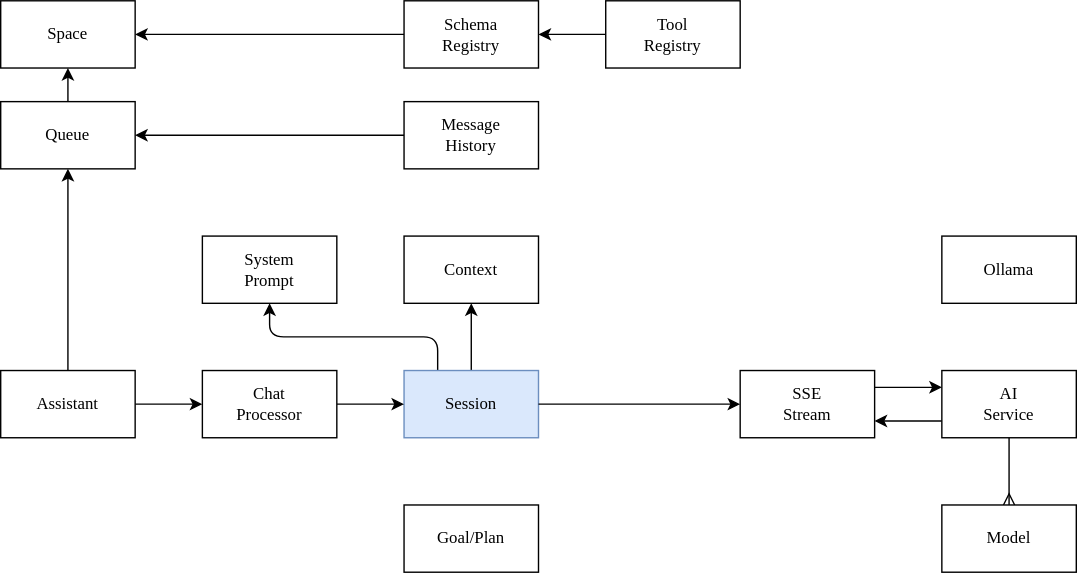
dxos/dxos keeps this draw.io diagram as packages/core/assistant/docs/assistant.drawio.svg. Above is the earlier version. Source tidied: cells renumbered, new cells last; positions are measured from the earlier drawing's top-left corner, leaving out a move shared by most shapes.
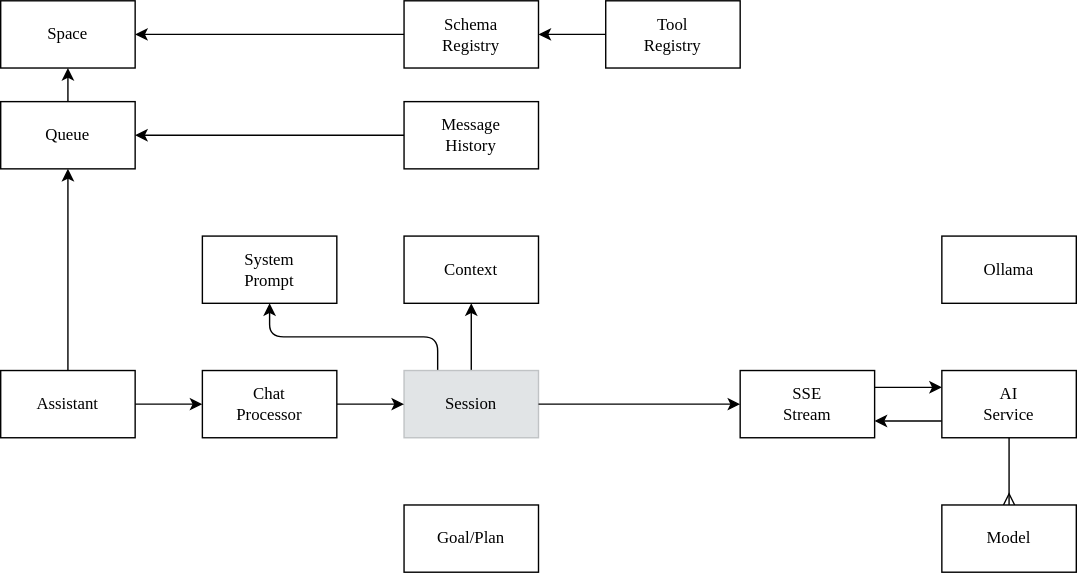
The same diagram one commit later.

The edit, as a diff of the source:
```diff
@@ -22,7 +22,7 @@
         </Array>
       </mxGeometry>
     </mxCell>
-    <mxCell id="7" value="Session" style="rounded=0;whiteSpace=wrap;html=1;fontFamily=raleway;fontSource=https%3A%2F%2Ffonts.googleapis.com%2Fcss%3Ffamily%3Draleway;fillColor=#dae8fc;strokeColor=#6c8ebf;" parent="1" vertex="1">
+    <mxCell id="7" value="Session" style="rounded=0;whiteSpace=wrap;html=1;fontFamily=raleway;fontSource=https%3A%2F%2Ffonts.googleapis.com%2Fcss%3Ffamily%3Draleway;fillColor=#E1E4E6;strokeColor=#C0C3C5;fontColor=#000000;" parent="1" vertex="1">
       <mxGeometry x="288" y="264" width="96" height="48" as="geometry" />
     </mxCell>
     <mxCell id="8" style="edgeStyle=none;html=1;exitX=0;exitY=0.5;exitDx=0;exitDy=0;" parent="1" edge="1" source="9" target="14">
```
